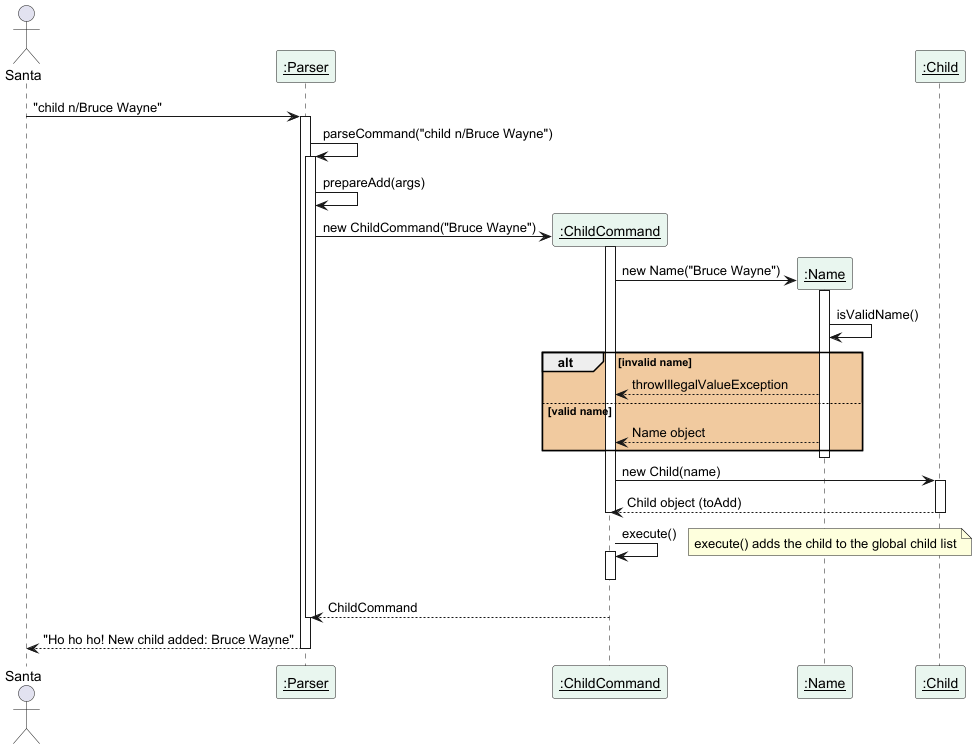
This is docs/diagrams/ChildSequenceDiagram.png from Aurosky/tp, a PlantUML export, as it was before one commit.
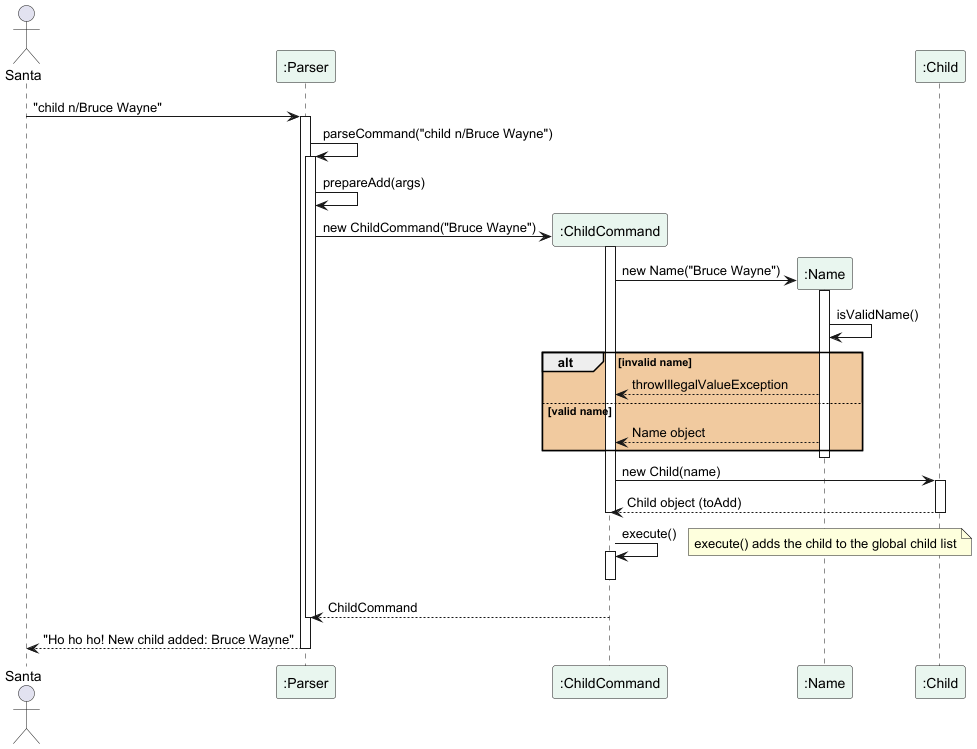
After the change.

Commit message:
Update sequence diagram notation

Diff of the diagram source:
```diff
@@ -1,9 +1,9 @@
 @startuml
 Actor Santa
-participant "<u>:Parser" as Parser #E9F6EF
-participant "<u>:ChildCommand" as ChildCommand #E9F6EF
-participant "<u>:Name" as Name #E9F6EF
-participant "<u>:Child" as Child #E9F6EF
+participant ":Parser" as Parser #E9F6EF
+participant ":ChildCommand" as ChildCommand #E9F6EF
+participant ":Name" as Name #E9F6EF
+participant ":Child" as Child #E9F6EF
 
 Santa->Parser: "child n/Bruce Wayne"
 activate Parser
```
